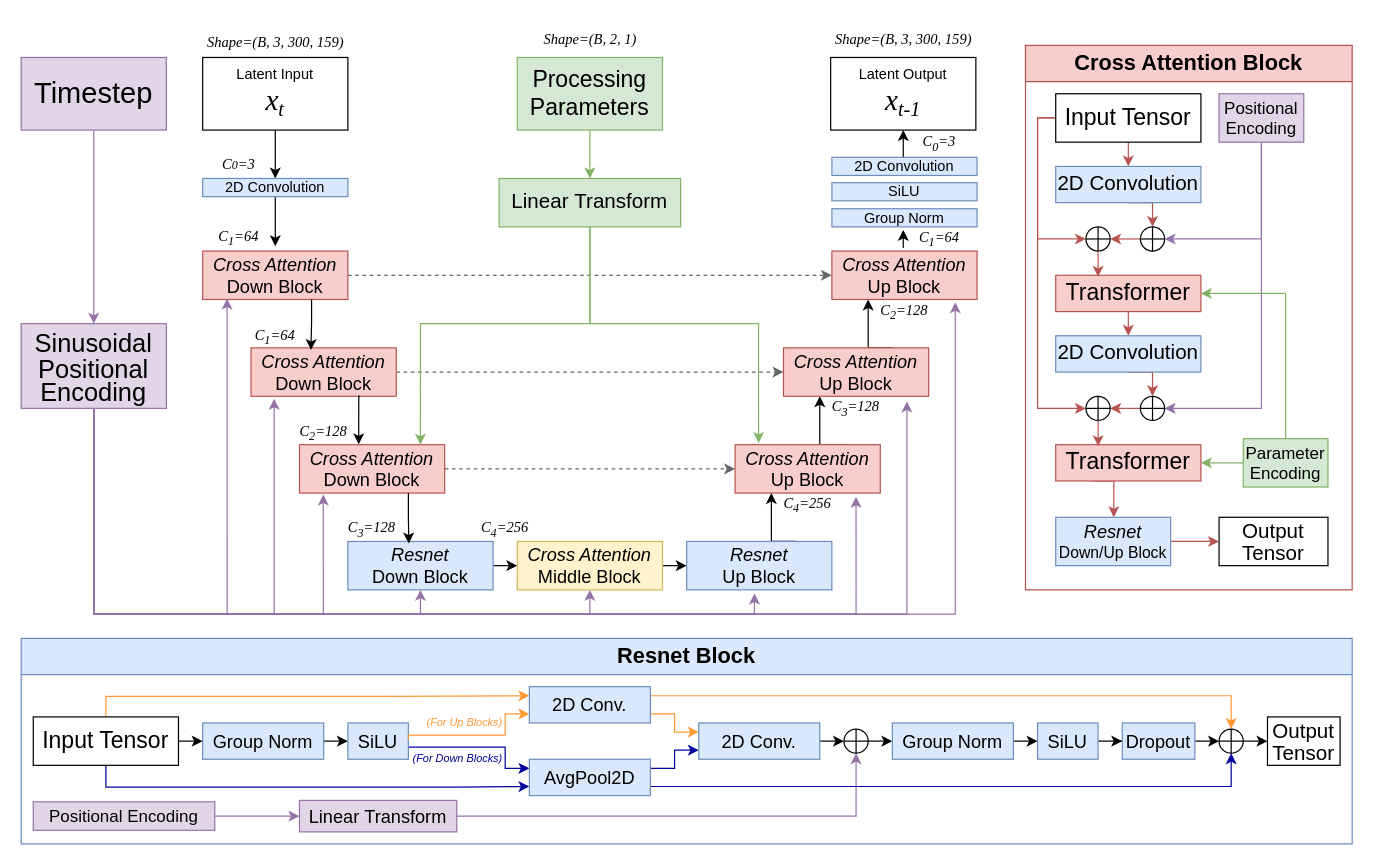
Earlier version of the draw.io diagram UNet2DCondition.drawio (Hudson-Liu/Diagrams). Source tidied: cells renumbered, new cells numbered last; positions are measured from the earlier drawing's top-left corner, leaving out a move shared by most shapes. Both pictures are drawn from the tidied source at 121%, with x=0, y=0 at pixel (21, 21).
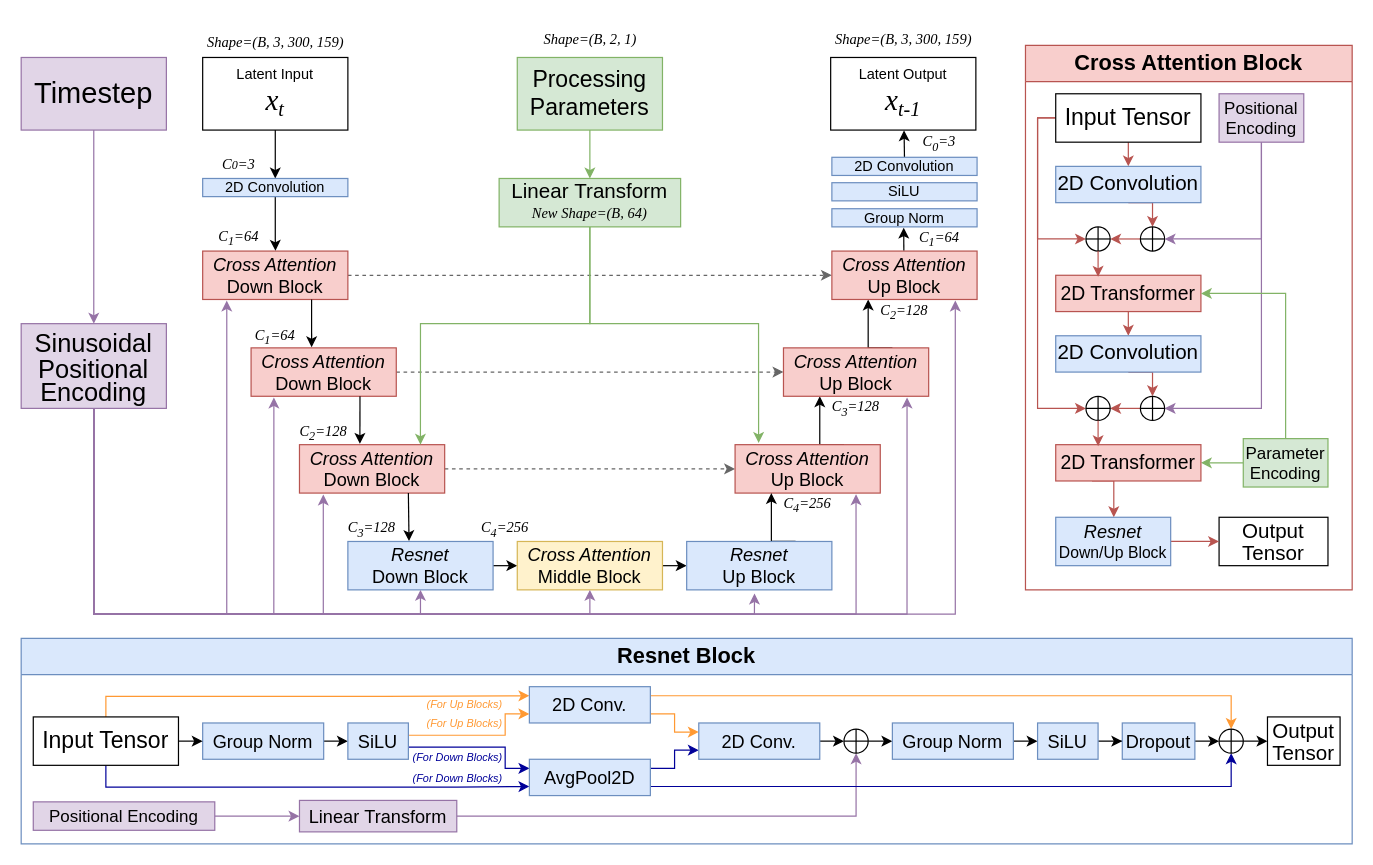
Above is the later version.

The change refers to these unchanged cells:
```xml
<mxCell id="8" value="&lt;font style=&quot;font-size: 15px;&quot;&gt;&lt;i&gt;Cross Attention&lt;/i&gt; Down Block&lt;/font&gt;" style="rounded=0;whiteSpace=wrap;html=1;fillColor=#f8cecc;strokeColor=#b85450;" parent="1" vertex="1">
  <mxGeometry x="150" y="190" width="120" height="40" as="geometry" />
</mxCell>
<mxCell id="10" value="&lt;font style=&quot;font-size: 15px;&quot;&gt;&lt;i&gt;Cross Attention&lt;/i&gt; Down Block&lt;/font&gt;" style="rounded=0;whiteSpace=wrap;html=1;fillColor=#f8cecc;strokeColor=#b85450;" parent="1" vertex="1">
  <mxGeometry x="190" y="270" width="120" height="40" as="geometry" />
</mxCell>
<mxCell id="12" value="&lt;font style=&quot;font-size: 15px;&quot;&gt;&lt;i&gt;Cross Attention&lt;/i&gt; Down Block&lt;/font&gt;" style="rounded=0;whiteSpace=wrap;html=1;fillColor=#f8cecc;strokeColor=#b85450;" parent="1" vertex="1">
  <mxGeometry x="230" y="350" width="120" height="40" as="geometry" />
</mxCell>
<mxCell id="14" value="&lt;font style=&quot;font-size: 15px;&quot;&gt;&lt;i&gt;Cross Attention&lt;/i&gt; Up Block&lt;/font&gt;" style="rounded=0;whiteSpace=wrap;html=1;fillColor=#f8cecc;strokeColor=#b85450;" parent="1" vertex="1">
  <mxGeometry x="590" y="350" width="120" height="40" as="geometry" />
</mxCell>
<mxCell id="16" value="&lt;font style=&quot;font-size: 15px;&quot;&gt;&lt;i&gt;Cross &lt;font style=&quot;font-size: 15px;&quot;&gt;Attention&lt;/font&gt;&lt;/i&gt; Up Block&lt;/font&gt;" style="rounded=0;whiteSpace=wrap;html=1;fillColor=#f8cecc;strokeColor=#b85450;" parent="1" vertex="1">
  <mxGeometry x="630" y="270" width="120" height="40" as="geometry" />
</mxCell>
<mxCell id="17" value="&lt;font style=&quot;font-size: 15px;&quot;&gt;&lt;i&gt;Cross Attention&lt;/i&gt; Up Block&lt;/font&gt;" style="rounded=0;whiteSpace=wrap;html=1;fillColor=#f8cecc;strokeColor=#b85450;" parent="1" vertex="1">
  <mxGeometry x="670" y="190" width="120" height="40" as="geometry" />
</mxCell>
<mxCell id="19" value="&lt;div style=&quot;font-size: 15px;&quot;&gt;&lt;font style=&quot;font-size: 15px;&quot;&gt;&lt;i&gt;Resnet&lt;/i&gt;&lt;/font&gt;&lt;/div&gt;&lt;font style=&quot;font-size: 15px;&quot;&gt;Down Block&lt;/font&gt;" style="rounded=0;whiteSpace=wrap;html=1;fillColor=#dae8fc;strokeColor=#6c8ebf;" parent="1" vertex="1">
  <mxGeometry x="270" y="430" width="120" height="40" as="geometry" />
</mxCell>
<mxCell id="25" value="&lt;div&gt;&lt;font style=&quot;font-size: 12px;&quot;&gt;Latent Output&lt;/font&gt;&lt;/div&gt;&lt;font face=&quot;Times New Roman&quot; style=&quot;&quot;&gt;&lt;span style=&quot;font-size: 24px;&quot;&gt;&lt;i&gt;x&lt;/i&gt;&lt;/span&gt;&lt;span style=&quot;font-style: italic; font-size: 20px;&quot;&gt;&lt;sub&gt;t-1&lt;/sub&gt;&lt;/span&gt;&lt;/font&gt;" style="rounded=0;whiteSpace=wrap;html=1;" parent="1" vertex="1">
  <mxGeometry x="669" y="30" width="120" height="60" as="geometry" />
</mxCell>
<mxCell id="28" value="&lt;font style=&quot;font-size: 21px;&quot;&gt;Sinusoidal&lt;/font&gt;&lt;div style=&quot;font-size: 21px; line-height: 90%;&quot;&gt;&lt;font style=&quot;font-size: 21px;&quot;&gt;Positional&lt;/font&gt;&lt;/div&gt;&lt;div style=&quot;font-size: 21px; line-height: 90%;&quot;&gt;&lt;font style=&quot;font-size: 21px;&quot;&gt;Encoding&lt;/font&gt;&lt;/div&gt;" style="rounded=0;whiteSpace=wrap;html=1;fillColor=#e1d5e7;strokeColor=#9673a6;" parent="1" vertex="1">
  <mxGeometry y="250" width="120" height="70" as="geometry" />
</mxCell>
<mxCell id="41" value="&lt;font style=&quot;font-size: 18px;&quot;&gt;Cross Attention Block&lt;/font&gt;" style="swimlane;whiteSpace=wrap;html=1;fillColor=#f8cecc;strokeColor=#b85450;startSize=30;" parent="1" vertex="1">
  <mxGeometry x="830" y="20" width="270" height="450" as="geometry" />
</mxCell>
<mxCell id="74" value="&lt;font face=&quot;Times New Roman&quot;&gt;&lt;i&gt;C&lt;sub&gt;1&lt;/sub&gt;=64&lt;/i&gt;&lt;/font&gt;" style="text;html=1;align=center;verticalAlign=middle;whiteSpace=wrap;rounded=0;" parent="1" vertex="1">
  <mxGeometry x="180" y="246" width="60" height="30" as="geometry" />
</mxCell>
<mxCell id="75" value="&lt;font face=&quot;Times New Roman&quot;&gt;&lt;i&gt;C&lt;sub&gt;2&lt;/sub&gt;=128&lt;/i&gt;&lt;/font&gt;" style="text;html=1;align=center;verticalAlign=middle;whiteSpace=wrap;rounded=0;" parent="1" vertex="1">
  <mxGeometry x="220" y="325" width="60" height="30" as="geometry" />
</mxCell>
<mxCell id="76" value="&lt;font face=&quot;Times New Roman&quot;&gt;&lt;i&gt;C&lt;sub&gt;3&lt;/sub&gt;=128&lt;/i&gt;&lt;/font&gt;" style="text;html=1;align=center;verticalAlign=middle;whiteSpace=wrap;rounded=0;" parent="1" vertex="1">
  <mxGeometry x="260" y="405" width="60" height="30" as="geometry" />
</mxCell>
<mxCell id="81" value="&lt;font face=&quot;Times New Roman&quot;&gt;&lt;i&gt;C&lt;sub&gt;1&lt;/sub&gt;=64&lt;/i&gt;&lt;/font&gt;" style="text;html=1;align=center;verticalAlign=middle;whiteSpace=wrap;rounded=0;" parent="1" vertex="1">
  <mxGeometry x="729" y="165" width="60" height="30" as="geometry" />
</mxCell>
<mxCell id="85" value="2D Convolution" style="rounded=0;whiteSpace=wrap;html=1;fillColor=#dae8fc;strokeColor=#6c8ebf;" parent="1" vertex="1">
  <mxGeometry x="670" y="112.5" width="120" height="15" as="geometry" />
</mxCell>
<mxCell id="87" value="&lt;font face=&quot;Times New Roman&quot;&gt;&lt;i&gt;C&lt;sub&gt;0&lt;/sub&gt;=3&lt;/i&gt;&lt;/font&gt;" style="text;html=1;align=center;verticalAlign=middle;whiteSpace=wrap;rounded=0;" parent="1" vertex="1">
  <mxGeometry x="729" y="85.5" width="60" height="30" as="geometry" />
</mxCell>
<mxCell id="91" value="&lt;font style=&quot;font-size: 18px;&quot;&gt;Resnet Block&lt;/font&gt;" style="swimlane;whiteSpace=wrap;html=1;fillColor=#dae8fc;strokeColor=#6c8ebf;startSize=30;" parent="1" vertex="1">
  <mxGeometry y="510" width="1100" height="170" as="geometry" />
</mxCell>
<mxCell id="105" value="&lt;span style=&quot;font-size: 15px;&quot;&gt;2D Conv.&lt;/span&gt;" style="rounded=0;whiteSpace=wrap;html=1;fillColor=#dae8fc;strokeColor=#6c8ebf;" parent="91" vertex="1">
  <mxGeometry x="420" y="40" width="100" height="30" as="geometry" />
</mxCell>
<mxCell id="127" value="2D Convolution" style="rounded=0;whiteSpace=wrap;html=1;fillColor=#dae8fc;strokeColor=#6c8ebf;" parent="1" vertex="1">
  <mxGeometry x="150" y="130" width="120" height="15" as="geometry" />
</mxCell>
<mxCell id="128" value="&lt;font face=&quot;Times New Roman&quot;&gt;&lt;i&gt;C&lt;sub&gt;1&lt;/sub&gt;=64&lt;/i&gt;&lt;/font&gt;" style="text;html=1;align=center;verticalAlign=middle;whiteSpace=wrap;rounded=0;" parent="1" vertex="1">
  <mxGeometry x="150" y="163.5" width="60" height="30" as="geometry" />
</mxCell>
```

Diff of the diagram source:
```diff
@@
-    <mxCell id="29" style="edgeStyle=orthogonalEdgeStyle;rounded=0;jettySize=auto;html=1;exitX=0.5;exitY=1;exitDx=0;exitDy=0;entryX=0.168;entryY=0.98;entryDx=0;entryDy=0;entryPerimeter=0;fillColor=#e1d5e7;strokeColor=#9673a6;" parent="1" edge="1" source="28" target="8">
+    <mxCell id="29" style="edgeStyle=orthogonalEdgeStyle;rounded=0;jettySize=auto;html=1;exitX=0.5;exitY=1;exitDx=0;exitDy=0;fillColor=#e1d5e7;strokeColor=#9673a6;entryX=0.166;entryY=1.023;entryDx=0;entryDy=0;entryPerimeter=0;" parent="1" edge="1" source="28" target="8">
       <mxGeometry relative="1" as="geometry">
         <Array as="points">
           <mxPoint x="60" y="490" />
           <mxPoint x="170" y="490" />
         </Array>
       </mxGeometry>
     </mxCell>
-    <mxCell id="30" style="edgeStyle=orthogonalEdgeStyle;rounded=0;jettySize=auto;html=1;exitX=0.5;exitY=1;exitDx=0;exitDy=0;entryX=0.159;entryY=1.053;entryDx=0;entryDy=0;entryPerimeter=0;fillColor=#e1d5e7;strokeColor=#9673a6;" parent="1" edge="1" source="28" target="10">
+    <mxCell id="30" style="edgeStyle=orthogonalEdgeStyle;rounded=0;jettySize=auto;html=1;exitX=0.5;exitY=1;exitDx=0;exitDy=0;entryX=0.157;entryY=1.026;entryDx=0;entryDy=0;entryPerimeter=0;fillColor=#e1d5e7;strokeColor=#9673a6;" parent="1" edge="1" source="28" target="10">
       <mxGeometry relative="1" as="geometry">
         <Array as="points">
           <mxPoint x="60" y="490" />
           <mxPoint x="209" y="490" />
         </Array>
       </mxGeometry>
     </mxCell>
@@
-    <mxCell id="33" style="edgeStyle=orthogonalEdgeStyle;rounded=0;jettySize=auto;html=1;exitX=0.5;exitY=1;exitDx=0;exitDy=0;entryX=0.833;entryY=1.075;entryDx=0;entryDy=0;entryPerimeter=0;fillColor=#e1d5e7;strokeColor=#9673a6;" parent="1" edge="1" source="28" target="14">
+    <mxCell id="33" style="edgeStyle=orthogonalEdgeStyle;rounded=0;jettySize=auto;html=1;exitX=0.5;exitY=1;exitDx=0;exitDy=0;entryX=0.833;entryY=1.024;entryDx=0;entryDy=0;entryPerimeter=0;fillColor=#e1d5e7;strokeColor=#9673a6;" parent="1" edge="1" source="28" target="14">
       <mxGeometry relative="1" as="geometry">
         <Array as="points">
           <mxPoint x="60" y="490" />
           <mxPoint x="690" y="490" />
         </Array>
       </mxGeometry>
     </mxCell>
-    <mxCell id="34" style="edgeStyle=orthogonalEdgeStyle;rounded=0;jettySize=auto;html=1;exitX=0.5;exitY=1;exitDx=0;exitDy=0;entryX=0.85;entryY=1.108;entryDx=0;entryDy=0;entryPerimeter=0;fillColor=#e1d5e7;strokeColor=#9673a6;" parent="1" edge="1" source="28" target="16">
+    <mxCell id="34" style="edgeStyle=orthogonalEdgeStyle;rounded=0;jettySize=auto;html=1;exitX=0.5;exitY=1;exitDx=0;exitDy=0;entryX=0.851;entryY=1.025;entryDx=0;entryDy=0;entryPerimeter=0;fillColor=#e1d5e7;strokeColor=#9673a6;" parent="1" edge="1" source="28" target="16">
       <mxGeometry relative="1" as="geometry">
         <Array as="points">
           <mxPoint x="60" y="490" />
           <mxPoint x="732" y="490" />
         </Array>
       </mxGeometry>
     </mxCell>
-    <mxCell id="35" style="edgeStyle=orthogonalEdgeStyle;rounded=0;jettySize=auto;html=1;exitX=0.5;exitY=1;exitDx=0;exitDy=0;entryX=0.85;entryY=1.058;entryDx=0;entryDy=0;entryPerimeter=0;fillColor=#e1d5e7;strokeColor=#9673a6;" parent="1" edge="1" source="28" target="17">
+    <mxCell id="35" style="edgeStyle=orthogonalEdgeStyle;rounded=0;jettySize=auto;html=1;exitX=0.5;exitY=1;exitDx=0;exitDy=0;entryX=0.85;entryY=1.022;entryDx=0;entryDy=0;entryPerimeter=0;fillColor=#e1d5e7;strokeColor=#9673a6;" parent="1" edge="1" source="28" target="17">
       <mxGeometry relative="1" as="geometry">
         <Array as="points">
           <mxPoint x="60" y="490" />
           <mxPoint x="772" y="490" />
         </Array>
       </mxGeometry>
     </mxCell>
@@
-    <mxCell id="38" value="&lt;div style=&quot;font-size: 17px;&quot;&gt;&lt;font style=&quot;font-size: 17px;&quot;&gt;Linear&amp;nbsp;&lt;/font&gt;&lt;span style=&quot;background-color: initial;&quot;&gt;Transform&lt;/span&gt;&lt;/div&gt;" style="rounded=0;whiteSpace=wrap;html=1;fillColor=#d5e8d4;strokeColor=#82b366;" parent="1" vertex="1">
+    <mxCell id="38" value="&lt;div style=&quot;font-size: 17px; line-height: 90%;&quot;&gt;&lt;font style=&quot;font-size: 17px;&quot;&gt;Linear&amp;nbsp;&lt;/font&gt;&lt;span style=&quot;background-color: initial;&quot;&gt;Transform&lt;/span&gt;&lt;/div&gt;&lt;div style=&quot;font-size: 17px; line-height: 90%;&quot;&gt;&lt;i style=&quot;font-size: 12px; text-wrap: nowrap;&quot;&gt;&lt;font face=&quot;Times New Roman&quot;&gt;New Shape=(B, 64)&lt;/font&gt;&lt;/i&gt;&lt;span style=&quot;background-color: initial;&quot;&gt;&lt;br&gt;&lt;/span&gt;&lt;/div&gt;" style="rounded=0;whiteSpace=wrap;html=1;fillColor=#d5e8d4;strokeColor=#82b366;" parent="1" vertex="1">
       <mxGeometry x="395" y="130" width="150" height="40" as="geometry" />
     </mxCell>
@@
-    <mxCell id="49" value="&lt;font style=&quot;font-size: 19px;&quot;&gt;Transformer&lt;/font&gt;" style="rounded=0;whiteSpace=wrap;html=1;fillColor=#f8cecc;strokeColor=#b85450;" parent="41" vertex="1">
+    <mxCell id="49" value="&lt;font style=&quot;font-size: 16px;&quot;&gt;2D Transformer&lt;/font&gt;" style="rounded=0;whiteSpace=wrap;html=1;fillColor=#f8cecc;strokeColor=#b85450;" parent="41" vertex="1">
       <mxGeometry x="25" y="190" width="120" height="30" as="geometry" />
     </mxCell>
@@
-    <mxCell id="63" value="&lt;font style=&quot;font-size: 19px;&quot;&gt;Transformer&lt;/font&gt;" style="rounded=0;whiteSpace=wrap;html=1;fillColor=#f8cecc;strokeColor=#b85450;" parent="41" vertex="1">
+    <mxCell id="63" value="&lt;font style=&quot;font-size: 16px;&quot;&gt;2D Transformer&lt;/font&gt;" style="rounded=0;whiteSpace=wrap;html=1;fillColor=#f8cecc;strokeColor=#b85450;" parent="41" vertex="1">
       <mxGeometry x="25" y="330" width="120" height="30" as="geometry" />
     </mxCell>
@@
-    <mxCell id="71" style="edgeStyle=orthogonalEdgeStyle;rounded=0;jettySize=auto;html=1;exitX=0.75;exitY=1;exitDx=0;exitDy=0;entryX=0.408;entryY=-0.007;entryDx=0;entryDy=0;entryPerimeter=0;" parent="1" edge="1" source="10" target="12">
+    <mxCell id="71" style="edgeStyle=orthogonalEdgeStyle;rounded=0;jettySize=auto;html=1;exitX=0.75;exitY=1;exitDx=0;exitDy=0;entryX=0.999;entryY=0.81;entryDx=0;entryDy=0;entryPerimeter=0;" parent="1" edge="1" source="10" target="75">
       <mxGeometry relative="1" as="geometry" />
     </mxCell>
-    <mxCell id="72" style="edgeStyle=orthogonalEdgeStyle;rounded=0;jettySize=auto;html=1;exitX=0.75;exitY=1;exitDx=0;exitDy=0;entryX=0.42;entryY=0.043;entryDx=0;entryDy=0;entryPerimeter=0;" parent="1" edge="1" source="12" target="19">
+    <mxCell id="72" style="edgeStyle=orthogonalEdgeStyle;rounded=0;jettySize=auto;html=1;exitX=0.75;exitY=1;exitDx=0;exitDy=0;entryX=1.009;entryY=0.823;entryDx=0;entryDy=0;entryPerimeter=0;" parent="1" edge="1" source="12" target="76">
       <mxGeometry relative="1" as="geometry" />
     </mxCell>
-    <mxCell id="73" style="edgeStyle=orthogonalEdgeStyle;rounded=0;jettySize=auto;html=1;exitX=0.75;exitY=1;exitDx=0;exitDy=0;entryX=0.412;entryY=0.043;entryDx=0;entryDy=0;entryPerimeter=0;" parent="1" edge="1" source="8" target="10">
+    <mxCell id="73" style="edgeStyle=orthogonalEdgeStyle;rounded=0;jettySize=auto;html=1;exitX=0.75;exitY=1;exitDx=0;exitDy=0;entryX=1.001;entryY=0.782;entryDx=0;entryDy=0;entryPerimeter=0;" parent="1" edge="1" source="8" target="74">
       <mxGeometry relative="1" as="geometry" />
     </mxCell>
@@
-    <mxCell id="84" style="edgeStyle=orthogonalEdgeStyle;rounded=0;jettySize=auto;html=1;exitX=0.5;exitY=0;exitDx=0;exitDy=0;entryX=0.5;entryY=1;entryDx=0;entryDy=0;" parent="1" edge="1" source="85" target="25">
+    <mxCell id="84" style="edgeStyle=orthogonalEdgeStyle;rounded=0;jettySize=auto;html=1;exitX=0.5;exitY=0;exitDx=0;exitDy=0;entryX=0.011;entryY=0.157;entryDx=0;entryDy=0;entryPerimeter=0;" parent="1" edge="1" source="85" target="87">
       <mxGeometry relative="1" as="geometry" />
     </mxCell>
@@
-    <mxCell id="86" style="edgeStyle=orthogonalEdgeStyle;rounded=0;orthogonalLoop=1;jettySize=auto;html=1;exitX=0;exitY=0.75;exitDx=0;exitDy=0;entryX=0;entryY=0.25;entryDx=0;entryDy=0;" parent="1" edge="1" source="81" target="81">
+    <mxCell id="86" style="edgeStyle=orthogonalEdgeStyle;rounded=0;orthogonalLoop=1;jettySize=auto;html=1;exitX=0.008;exitY=0.82;exitDx=0;exitDy=0;entryX=0.006;entryY=0.188;entryDx=0;entryDy=0;exitPerimeter=0;entryPerimeter=0;" parent="1" edge="1" source="81" target="81">
       <mxGeometry relative="1" as="geometry" />
     </mxCell>
@@
-    <mxCell id="110" style="edgeStyle=orthogonalEdgeStyle;rounded=0;jettySize=auto;html=1;exitX=0;exitY=1;exitDx=0;exitDy=0;entryX=0;entryY=0.75;entryDx=0;entryDy=0;fillColor=#ffe6cc;strokeColor=#FF9933;" parent="91" edge="1" source="111" target="105">
+    <mxCell id="110" style="edgeStyle=orthogonalEdgeStyle;rounded=0;jettySize=auto;html=1;exitX=0.007;exitY=0.838;exitDx=0;exitDy=0;entryX=0;entryY=0.75;entryDx=0;entryDy=0;fillColor=#ffe6cc;strokeColor=#FF9933;exitPerimeter=0;" parent="91" edge="1" source="111" target="105">
       <mxGeometry relative="1" as="geometry">
         <Array as="points">
           <mxPoint x="400" y="80" />
-          <mxPoint x="400" y="63" />
+          <mxPoint x="400" y="62" />
         </Array>
       </mxGeometry>
     </mxCell>
     <mxCell id="111" value="&lt;i style=&quot;&quot;&gt;&lt;font color=&quot;#ff9933&quot; style=&quot;font-size: 9px;&quot;&gt;(For Up Blocks)&lt;/font&gt;&lt;/i&gt;" style="text;html=1;align=right;verticalAlign=middle;whiteSpace=wrap;rounded=0;" parent="91" vertex="1">
-      <mxGeometry x="320" y="54" width="80" height="30" as="geometry" />
+      <mxGeometry x="320" y="55" width="80" height="30" as="geometry" />
     </mxCell>
     <mxCell id="112" value="&lt;i&gt;&lt;font color=&quot;#000099&quot; style=&quot;font-size: 9px;&quot;&gt;(For Down Blocks)&lt;/font&gt;&lt;/i&gt;" style="text;html=1;align=right;verticalAlign=middle;whiteSpace=wrap;rounded=0;strokeColor=none;" parent="91" vertex="1">
-      <mxGeometry x="320" y="84" width="80" height="29" as="geometry" />
+      <mxGeometry x="320" y="83" width="80" height="29" as="geometry" />
     </mxCell>
@@
+    <mxCell id="130" value="&lt;i style=&quot;&quot;&gt;&lt;font color=&quot;#ff9933&quot; style=&quot;font-size: 9px;&quot;&gt;(For Up Blocks)&lt;/font&gt;&lt;/i&gt;" style="text;html=1;align=right;verticalAlign=middle;whiteSpace=wrap;rounded=0;" parent="91" vertex="1">
+      <mxGeometry x="320" y="39" width="80" height="30" as="geometry" />
+    </mxCell>
+    <mxCell id="131" value="&lt;i&gt;&lt;font color=&quot;#000099&quot; style=&quot;font-size: 9px;&quot;&gt;(For Down Blocks)&lt;/font&gt;&lt;/i&gt;" style="text;html=1;align=right;verticalAlign=middle;whiteSpace=wrap;rounded=0;strokeColor=none;" parent="91" vertex="1">
+      <mxGeometry x="320" y="100" width="80" height="29" as="geometry" />
+    </mxCell>
-    <mxCell id="126" style="edgeStyle=orthogonalEdgeStyle;rounded=0;jettySize=auto;html=1;exitX=0.5;exitY=1;exitDx=0;exitDy=0;entryX=1;entryY=0.75;entryDx=0;entryDy=0;" parent="1" edge="1" source="127">
+    <mxCell id="126" style="edgeStyle=orthogonalEdgeStyle;rounded=0;jettySize=auto;html=1;exitX=0.5;exitY=1;exitDx=0;exitDy=0;entryX=1.003;entryY=0.874;entryDx=0;entryDy=0;entryPerimeter=0;" parent="1" edge="1" source="127" target="128">
       <mxGeometry relative="1" as="geometry">
-        <mxPoint x="210" y="186" as="targetPoint" />
         <Array as="points">
           <mxPoint x="210" y="180" />
           <mxPoint x="210" y="180" />
         </Array>
       </mxGeometry>
     </mxCell>
```
